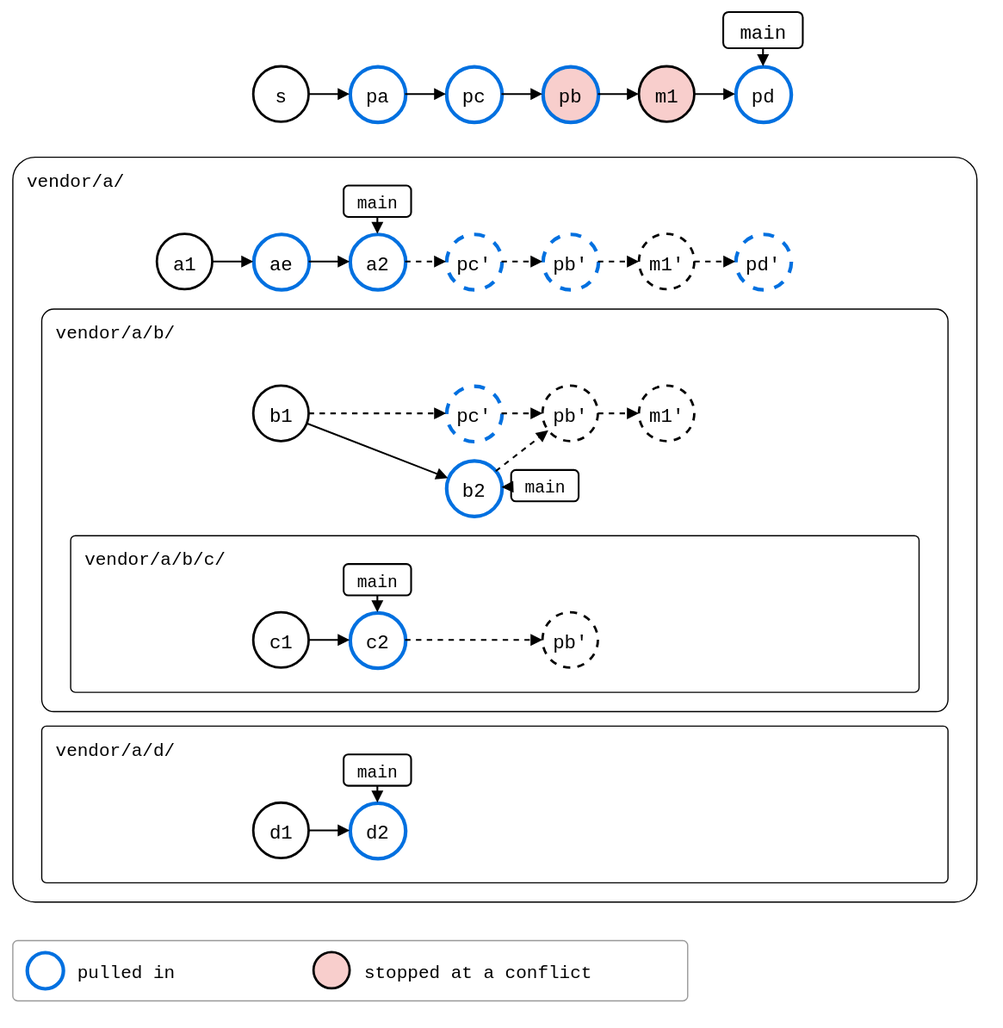
Above: docs/09-scenarios/05-nested-splices/05-recursive-pull/rebased-today.drawio.svg in roschaefer/git-splice (draw.io), before the change. Source tidied: cells renumbered, new cells last; positions are measured from the earlier drawing's top-left corner, leaving out a move shared by most shapes.
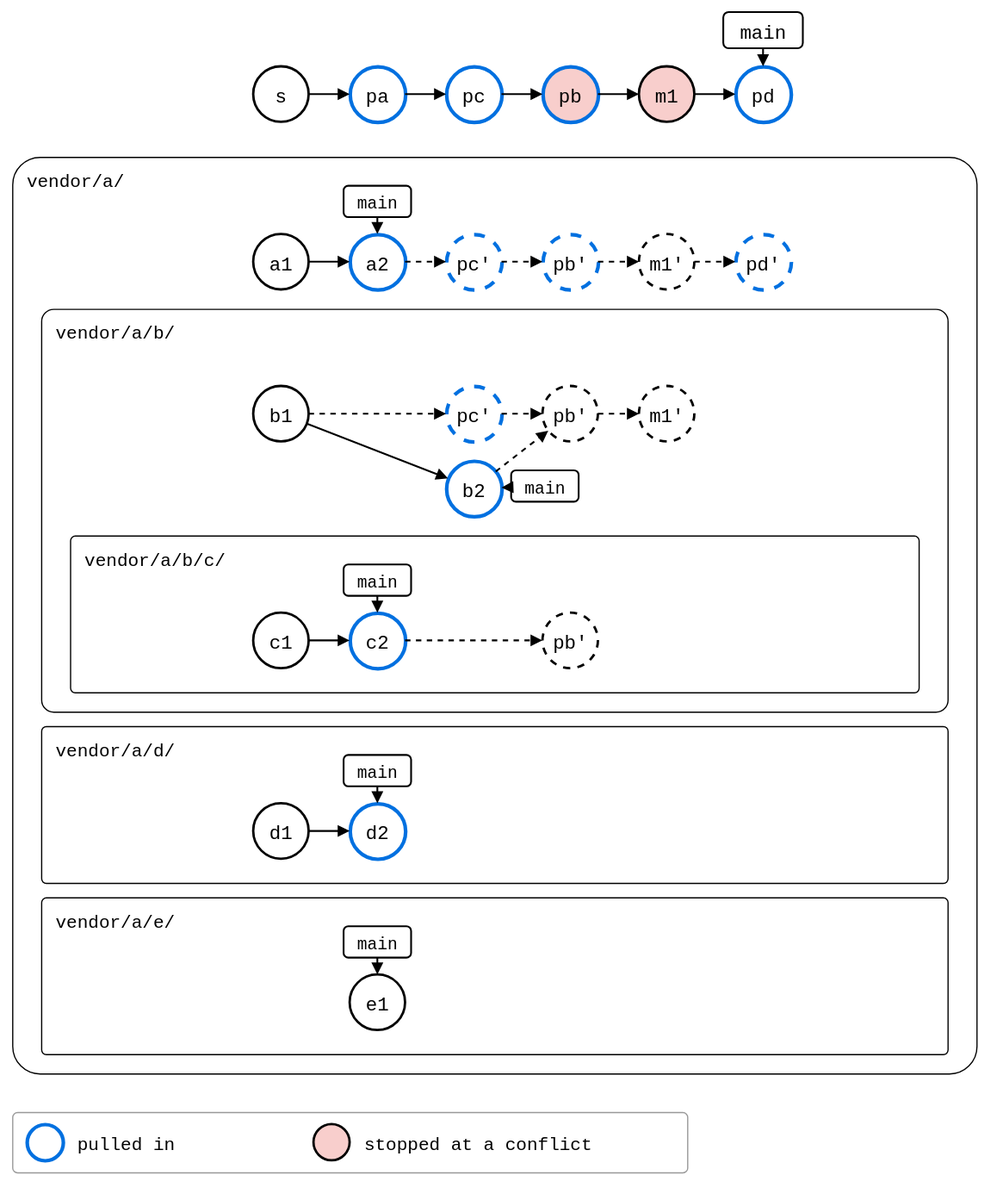
After the commit.

Change to the diagram source:
```diff
@@ -3,8 +3,11 @@
     <mxCell id="0" />
     <mxCell id="1" parent="0" />
     <mxCell id="2" value="vendor/a/" style="rounded=1;arcSize=3;fillColor=none;strokeWidth=1;fontSize=15;verticalAlign=top;align=left;spacingLeft=10;spacingTop=4;fontFamily=Roboto Mono,monospace;" parent="1" vertex="1">
-      <mxGeometry y="120" width="800" height="618" as="geometry" />
+      <mxGeometry y="120" width="800" height="760" as="geometry" />
     </mxCell>
+    <mxCell id="63" value="vendor/a/e/" style="rounded=1;arcSize=3;fillColor=none;strokeWidth=1;fontSize=15;verticalAlign=top;align=left;spacingLeft=10;spacingTop=4;fontFamily=Roboto Mono,monospace;" parent="1" vertex="1">
+      <mxGeometry x="24" y="734" width="752" height="130" as="geometry" />
+    </mxCell>
     <mxCell id="3" value="vendor/a/d/" style="rounded=1;arcSize=3;fillColor=none;strokeWidth=1;fontSize=15;verticalAlign=top;align=left;spacingLeft=10;spacingTop=4;fontFamily=Roboto Mono,monospace;" parent="1" vertex="1">
       <mxGeometry x="24" y="592" width="752" height="130" as="geometry" />
     </mxCell>
@@ -39,80 +42,86 @@
       <mxGeometry relative="1" as="geometry" />
     </mxCell>
     <mxCell id="14" value="a1" style="ellipse;strokeWidth=2;fontSize=16;fontFamily=Roboto Mono,monospace;" parent="1" vertex="1">
-      <mxGeometry x="120" y="184" width="46" height="46" as="geometry" />
+      <mxGeometry x="200" y="184" width="46" height="46" as="geometry" />
     </mxCell>
-    <mxCell id="15" value="ae" style="ellipse;strokeWidth=2;fontSize=16;fontFamily=Roboto Mono,monospace;strokeColor=#0070E0;strokeWidth=3;" parent="1" vertex="1">
-      <mxGeometry x="200" y="184" width="46" height="46" as="geometry" />
+    <mxCell id="15" value="a2" style="ellipse;strokeWidth=2;fontSize=16;fontFamily=Roboto Mono,monospace;strokeColor=#0070E0;strokeWidth=3;" parent="1" vertex="1">
+      <mxGeometry x="280" y="184" width="46" height="46" as="geometry" />
     </mxCell>
-    <mxCell id="16" value="a2" style="ellipse;strokeWidth=2;fontSize=16;fontFamily=Roboto Mono,monospace;strokeColor=#0070E0;strokeWidth=3;" parent="1" vertex="1">
-      <mxGeometry x="280" y="184" width="46" height="46" as="geometry" />
+    <mxCell id="16" value="pc'" style="ellipse;strokeWidth=2;fontSize=16;fontFamily=Roboto Mono,monospace;strokeColor=#0070E0;strokeWidth=3;dashed=1;" parent="1" vertex="1">
+      <mxGeometry x="360" y="184" width="46" height="46" as="geometry" />
     </mxCell>
-    <mxCell id="17" value="pc'" style="ellipse;strokeWidth=2;fontSize=16;fontFamily=Roboto Mono,monospace;strokeColor=#0070E0;strokeWidth=3;dashed=1;" parent="1" vertex="1">
-      <mxGeometry x="360" y="184" width="46" height="46" as="geometry" />
+    <mxCell id="17" value="pb'" style="ellipse;strokeWidth=2;fontSize=16;fontFamily=Roboto Mono,monospace;strokeColor=#0070E0;strokeWidth=3;dashed=1;" parent="1" vertex="1">
+      <mxGeometry x="440" y="184" width="46" height="46" as="geometry" />
     </mxCell>
-    <mxCell id="18" value="pb'" style="ellipse;strokeWidth=2;fontSize=16;fontFamily=Roboto Mono,monospace;strokeColor=#0070E0;strokeWidth=3;dashed=1;" parent="1" vertex="1">
-      <mxGeometry x="440" y="184" width="46" height="46" as="geometry" />
+    <mxCell id="18" value="m1'" style="ellipse;strokeWidth=2;fontSize=16;fontFamily=Roboto Mono,monospace;dashed=1;" parent="1" vertex="1">
+      <mxGeometry x="520" y="184" width="46" height="46" as="geometry" />
     </mxCell>
-    <mxCell id="19" value="m1'" style="ellipse;strokeWidth=2;fontSize=16;fontFamily=Roboto Mono,monospace;dashed=1;" parent="1" vertex="1">
-      <mxGeometry x="520" y="184" width="46" height="46" as="geometry" />
+    <mxCell id="19" value="pd'" style="ellipse;strokeWidth=2;fontSize=16;fontFamily=Roboto Mono,monospace;strokeColor=#0070E0;strokeWidth=3;dashed=1;" parent="1" vertex="1">
+      <mxGeometry x="600" y="184" width="46" height="46" as="geometry" />
     </mxCell>
-    <mxCell id="20" value="pd'" style="ellipse;strokeWidth=2;fontSize=16;fontFamily=Roboto Mono,monospace;strokeColor=#0070E0;strokeWidth=3;dashed=1;" parent="1" vertex="1">
-      <mxGeometry x="600" y="184" width="46" height="46" as="geometry" />
-    </mxCell>
     <mxCell id="21" value="main" style="rounded=1;strokeWidth=1.5;fontSize=16;fontFamily=Roboto Mono,monospace;fontSize=14;" parent="1" vertex="1">
       <mxGeometry x="275" y="144" width="56" height="26" as="geometry" />
     </mxCell>
-    <mxCell id="22" style="endArrow=block;endFill=1;html=1;strokeWidth=1.5;rounded=0;" parent="1" edge="1" source="21" target="16">
+    <mxCell id="22" style="endArrow=block;endFill=1;html=1;strokeWidth=1.5;rounded=0;" parent="1" edge="1" source="21" target="15">
       <mxGeometry relative="1" as="geometry" />
     </mxCell>
+    <mxCell id="20" value="b1" style="ellipse;strokeWidth=2;fontSize=16;fontFamily=Roboto Mono,monospace;" parent="1" vertex="1">
+      <mxGeometry x="200" y="310" width="46" height="46" as="geometry" />
+    </mxCell>
-    <mxCell id="23" value="b1" style="ellipse;strokeWidth=2;fontSize=16;fontFamily=Roboto Mono,monospace;" parent="1" vertex="1">
-      <mxGeometry x="200" y="310" width="46" height="46" as="geometry" />
+    <mxCell id="23" value="pc'" style="ellipse;strokeWidth=2;fontSize=16;fontFamily=Roboto Mono,monospace;strokeColor=#0070E0;strokeWidth=3;dashed=1;" parent="1" vertex="1">
+      <mxGeometry x="360" y="310" width="46" height="46" as="geometry" />
     </mxCell>
-    <mxCell id="24" value="pc'" style="ellipse;strokeWidth=2;fontSize=16;fontFamily=Roboto Mono,monospace;strokeColor=#0070E0;strokeWidth=3;dashed=1;" parent="1" vertex="1">
-      <mxGeometry x="360" y="310" width="46" height="46" as="geometry" />
+    <mxCell id="24" value="b2" style="ellipse;strokeWidth=2;fontSize=16;fontFamily=Roboto Mono,monospace;strokeColor=#0070E0;strokeWidth=3;" parent="1" vertex="1">
+      <mxGeometry x="360" y="372" width="46" height="46" as="geometry" />
     </mxCell>
-    <mxCell id="25" value="b2" style="ellipse;strokeWidth=2;fontSize=16;fontFamily=Roboto Mono,monospace;strokeColor=#0070E0;strokeWidth=3;" parent="1" vertex="1">
-      <mxGeometry x="360" y="372" width="46" height="46" as="geometry" />
+    <mxCell id="25" value="pb'" style="ellipse;strokeWidth=2;fontSize=16;fontFamily=Roboto Mono,monospace;dashed=1;" parent="1" vertex="1">
+      <mxGeometry x="440" y="310" width="46" height="46" as="geometry" />
     </mxCell>
-    <mxCell id="26" value="pb'" style="ellipse;strokeWidth=2;fontSize=16;fontFamily=Roboto Mono,monospace;dashed=1;" parent="1" vertex="1">
-      <mxGeometry x="440" y="310" width="46" height="46" as="geometry" />
+    <mxCell id="26" value="m1'" style="ellipse;strokeWidth=2;fontSize=16;fontFamily=Roboto Mono,monospace;dashed=1;" parent="1" vertex="1">
+      <mxGeometry x="520" y="310" width="46" height="46" as="geometry" />
     </mxCell>
-    <mxCell id="27" value="m1'" style="ellipse;strokeWidth=2;fontSize=16;fontFamily=Roboto Mono,monospace;dashed=1;" parent="1" vertex="1">
-      <mxGeometry x="520" y="310" width="46" height="46" as="geometry" />
-    </mxCell>
     <mxCell id="28" value="main" style="rounded=1;strokeWidth=1.5;fontSize=16;fontFamily=Roboto Mono,monospace;fontSize=14;" parent="1" vertex="1">
       <mxGeometry x="414" y="380" width="56" height="26" as="geometry" />
     </mxCell>
-    <mxCell id="29" style="endArrow=block;endFill=1;html=1;strokeWidth=1.5;rounded=0;" parent="1" edge="1" source="28" target="25">
+    <mxCell id="29" style="endArrow=block;endFill=1;html=1;strokeWidth=1.5;rounded=0;" parent="1" edge="1" source="28" target="24">
       <mxGeometry relative="1" as="geometry" />
     </mxCell>
+    <mxCell id="27" value="c1" style="ellipse;strokeWidth=2;fontSize=16;fontFamily=Roboto Mono,monospace;" parent="1" vertex="1">
+      <mxGeometry x="200" y="498" width="46" height="46" as="geometry" />
+    </mxCell>
-    <mxCell id="30" value="c1" style="ellipse;strokeWidth=2;fontSize=16;fontFamily=Roboto Mono,monospace;" parent="1" vertex="1">
-      <mxGeometry x="200" y="498" width="46" height="46" as="geometry" />
+    <mxCell id="30" value="c2" style="ellipse;strokeWidth=2;fontSize=16;fontFamily=Roboto Mono,monospace;strokeColor=#0070E0;strokeWidth=3;" parent="1" vertex="1">
+      <mxGeometry x="280" y="498" width="46" height="46" as="geometry" />
     </mxCell>
-    <mxCell id="31" value="c2" style="ellipse;strokeWidth=2;fontSize=16;fontFamily=Roboto Mono,monospace;strokeColor=#0070E0;strokeWidth=3;" parent="1" vertex="1">
-      <mxGeometry x="280" y="498" width="46" height="46" as="geometry" />
+    <mxCell id="31" value="pb'" style="ellipse;strokeWidth=2;fontSize=16;fontFamily=Roboto Mono,monospace;dashed=1;" parent="1" vertex="1">
+      <mxGeometry x="440" y="498" width="46" height="46" as="geometry" />
     </mxCell>
-    <mxCell id="32" value="pb'" style="ellipse;strokeWidth=2;fontSize=16;fontFamily=Roboto Mono,monospace;dashed=1;" parent="1" vertex="1">
-      <mxGeometry x="440" y="498" width="46" height="46" as="geometry" />
-    </mxCell>
     <mxCell id="33" value="main" style="rounded=1;strokeWidth=1.5;fontSize=16;fontFamily=Roboto Mono,monospace;fontSize=14;" parent="1" vertex="1">
       <mxGeometry x="275" y="458" width="56" height="26" as="geometry" />
     </mxCell>
-    <mxCell id="34" style="endArrow=block;endFill=1;html=1;strokeWidth=1.5;rounded=0;" parent="1" edge="1" source="33" target="31">
+    <mxCell id="34" style="endArrow=block;endFill=1;html=1;strokeWidth=1.5;rounded=0;" parent="1" edge="1" source="33" target="30">
       <mxGeometry relative="1" as="geometry" />
     </mxCell>
+    <mxCell id="32" value="d1" style="ellipse;strokeWidth=2;fontSize=16;fontFamily=Roboto Mono,monospace;" parent="1" vertex="1">
+      <mxGeometry x="200" y="656" width="46" height="46" as="geometry" />
+    </mxCell>
-    <mxCell id="35" value="d1" style="ellipse;strokeWidth=2;fontSize=16;fontFamily=Roboto Mono,monospace;" parent="1" vertex="1">
-      <mxGeometry x="200" y="656" width="46" height="46" as="geometry" />
+    <mxCell id="35" value="d2" style="ellipse;strokeWidth=2;fontSize=16;fontFamily=Roboto Mono,monospace;strokeColor=#0070E0;strokeWidth=3;" parent="1" vertex="1">
+      <mxGeometry x="280" y="656" width="46" height="46" as="geometry" />
     </mxCell>
-    <mxCell id="36" value="d2" style="ellipse;strokeWidth=2;fontSize=16;fontFamily=Roboto Mono,monospace;strokeColor=#0070E0;strokeWidth=3;" parent="1" vertex="1">
-      <mxGeometry x="280" y="656" width="46" height="46" as="geometry" />
-    </mxCell>
     <mxCell id="37" value="main" style="rounded=1;strokeWidth=1.5;fontSize=16;fontFamily=Roboto Mono,monospace;fontSize=14;" parent="1" vertex="1">
       <mxGeometry x="275" y="616" width="56" height="26" as="geometry" />
     </mxCell>
-    <mxCell id="38" style="endArrow=block;endFill=1;html=1;strokeWidth=1.5;rounded=0;" parent="1" edge="1" source="37" target="36">
+    <mxCell id="38" style="endArrow=block;endFill=1;html=1;strokeWidth=1.5;rounded=0;" parent="1" edge="1" source="37" target="35">
       <mxGeometry relative="1" as="geometry" />
     </mxCell>
+    <mxCell id="36" value="e1" style="ellipse;strokeWidth=2;fontSize=16;fontFamily=Roboto Mono,monospace;" parent="1" vertex="1">
+      <mxGeometry x="280" y="798" width="46" height="46" as="geometry" />
+    </mxCell>
+    <mxCell id="64" value="main" style="rounded=1;strokeWidth=1.5;fontSize=16;fontFamily=Roboto Mono,monospace;fontSize=14;" parent="1" vertex="1">
+      <mxGeometry x="275" y="758" width="56" height="26" as="geometry" />
+    </mxCell>
+    <mxCell id="65" style="endArrow=block;endFill=1;html=1;strokeWidth=1.5;rounded=0;" parent="1" edge="1" source="64" target="36">
+      <mxGeometry relative="1" as="geometry" />
+    </mxCell>
     <mxCell id="39" style="endArrow=block;endFill=1;html=1;strokeWidth=1.5;rounded=0;" parent="1" edge="1" source="6" target="7">
       <mxGeometry relative="1" as="geometry" />
     </mxCell>
@@ -131,7 +140,7 @@
     <mxCell id="44" style="endArrow=block;endFill=1;html=1;strokeWidth=1.5;rounded=0;" parent="1" edge="1" source="14" target="15">
       <mxGeometry relative="1" as="geometry" />
     </mxCell>
-    <mxCell id="45" style="endArrow=block;endFill=1;html=1;strokeWidth=1.5;rounded=0;" parent="1" edge="1" source="15" target="16">
+    <mxCell id="45" style="endArrow=block;endFill=1;html=1;strokeWidth=1.5;rounded=0;dashed=1;" parent="1" edge="1" source="15" target="16">
       <mxGeometry relative="1" as="geometry" />
     </mxCell>
     <mxCell id="46" style="endArrow=block;endFill=1;html=1;strokeWidth=1.5;rounded=0;dashed=1;" parent="1" edge="1" source="16" target="17">
@@ -143,35 +152,32 @@
     <mxCell id="48" style="endArrow=block;endFill=1;html=1;strokeWidth=1.5;rounded=0;dashed=1;" parent="1" edge="1" source="18" target="19">
       <mxGeometry relative="1" as="geometry" />
     </mxCell>
-    <mxCell id="49" style="endArrow=block;endFill=1;html=1;strokeWidth=1.5;rounded=0;dashed=1;" parent="1" edge="1" source="19" target="20">
+    <mxCell id="49" style="endArrow=block;endFill=1;html=1;strokeWidth=1.5;rounded=0;dashed=1;" parent="1" edge="1" source="20" target="23">
       <mxGeometry relative="1" as="geometry" />
     </mxCell>
-    <mxCell id="50" style="endArrow=block;endFill=1;html=1;strokeWidth=1.5;rounded=0;dashed=1;" parent="1" edge="1" source="23" target="24">
+    <mxCell id="50" style="endArrow=block;endFill=1;html=1;strokeWidth=1.5;rounded=0;" parent="1" edge="1" source="20" target="24">
       <mxGeometry relative="1" as="geometry" />
     </mxCell>
-    <mxCell id="51" style="endArrow=block;endFill=1;html=1;strokeWidth=1.5;rounded=0;" parent="1" edge="1" source="23" target="25">
+    <mxCell id="51" style="endArrow=block;endFill=1;html=1;strokeWidth=1.5;rounded=0;dashed=1;" parent="1" edge="1" source="23" target="25">
       <mxGeometry relative="1" as="geometry" />
     </mxCell>
-    <mxCell id="52" style="endArrow=block;endFill=1;html=1;strokeWidth=1.5;rounded=0;dashed=1;" parent="1" edge="1" source="24" target="26">
+    <mxCell id="52" style="endArrow=block;endFill=1;html=1;strokeWidth=1.5;rounded=0;dashed=1;" parent="1" edge="1" source="24" target="25">
       <mxGeometry relative="1" as="geometry" />
     </mxCell>
     <mxCell id="53" style="endArrow=block;endFill=1;html=1;strokeWidth=1.5;rounded=0;dashed=1;" parent="1" edge="1" source="25" target="26">
       <mxGeometry relative="1" as="geometry" />
     </mxCell>
-    <mxCell id="54" style="endArrow=block;endFill=1;html=1;strokeWidth=1.5;rounded=0;dashed=1;" parent="1" edge="1" source="26" target="27">
+    <mxCell id="54" style="endArrow=block;endFill=1;html=1;strokeWidth=1.5;rounded=0;" parent="1" edge="1" source="27" target="30">
       <mxGeometry relative="1" as="geometry" />
     </mxCell>
-    <mxCell id="55" style="endArrow=block;endFill=1;html=1;strokeWidth=1.5;rounded=0;" parent="1" edge="1" source="30" target="31">
+    <mxCell id="55" style="endArrow=block;endFill=1;html=1;strokeWidth=1.5;rounded=0;dashed=1;" parent="1" edge="1" source="30" target="31">
       <mxGeometry relative="1" as="geometry" />
     </mxCell>
-    <mxCell id="56" style="endArrow=block;endFill=1;html=1;strokeWidth=1.5;rounded=0;dashed=1;" parent="1" edge="1" source="31" target="32">
+    <mxCell id="56" style="endArrow=block;endFill=1;html=1;strokeWidth=1.5;rounded=0;" parent="1" edge="1" source="32" target="35">
       <mxGeometry relative="1" as="geometry" />
     </mxCell>
-    <mxCell id="57" style="endArrow=block;endFill=1;html=1;strokeWidth=1.5;rounded=0;" parent="1" edge="1" source="35" target="36">
-      <mxGeometry relative="1" as="geometry" />
-    </mxCell>
     <mxCell id="58" style="rounded=1;arcSize=8;fillColor=none;strokeColor=#999999;strokeWidth=1;legend=1;" parent="1" vertex="1">
-      <mxGeometry y="770" width="560" height="50" as="geometry" />
+      <mxGeometry y="912" width="560" height="50" as="geometry" />
     </mxCell>
     <mxCell id="59" style="ellipse;fontSize=13;fontFamily=Roboto Mono,monospace;strokeWidth=2;strokeColor=#0070E0;strokeWidth=3;" parent="58" vertex="1">
       <mxGeometry x="12" y="10" width="30" height="30" as="geometry" />
```
